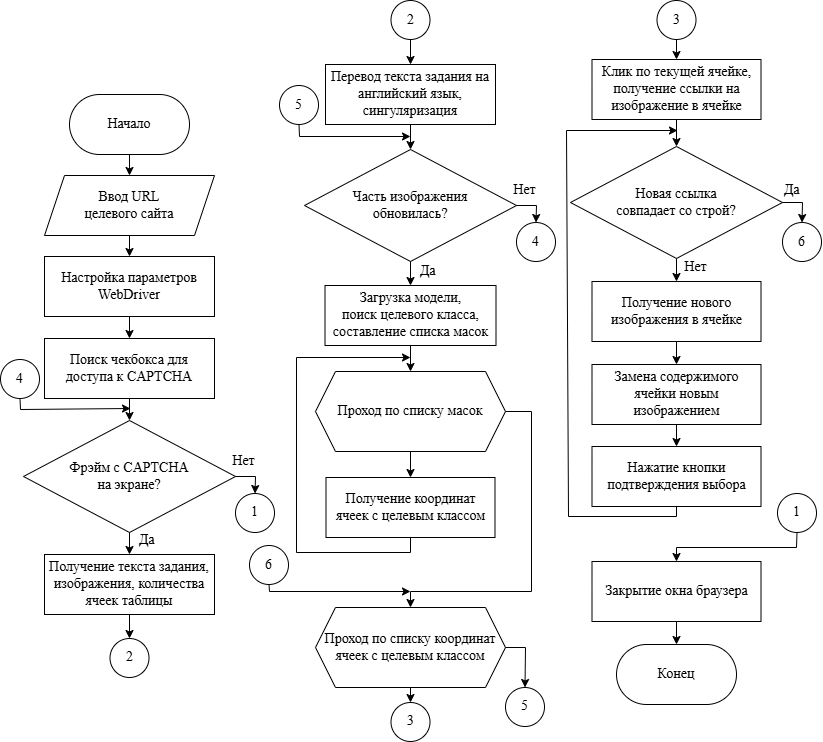
Alexxxander-Laptev/university_projects keeps this draw.io diagram as 2_course_master/Masters_thesis/thesis/imgs/imagecaptcha/solve_captcha_flow.png. Above is the earlier version. Source tidied: cells renumbered, new cells last; positions are measured from the earlier drawing's top-left corner, leaving out a move shared by most shapes.
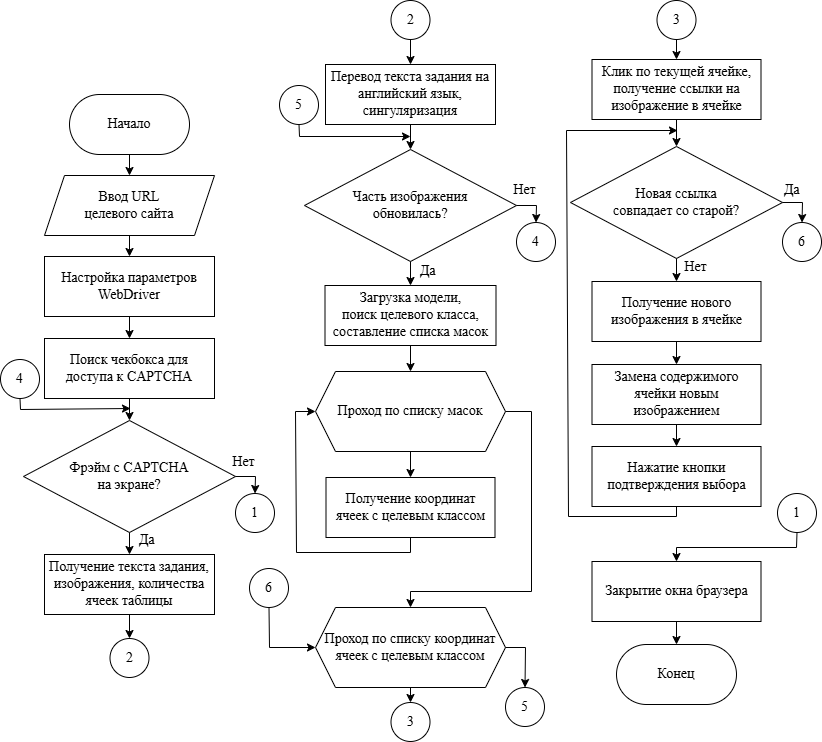
Above is the later version.

The edit, as a diff of the source:
```diff
@@ -47,7 +47,7 @@
     <mxCell id="16" value="&lt;font face=&quot;Times New Roman&quot;&gt;&lt;span style=&quot;font-size: 14px;&quot;&gt;Клик по текущей ячейке,&lt;/span&gt;&lt;/font&gt;&lt;div&gt;&lt;font face=&quot;Times New Roman&quot;&gt;&lt;span style=&quot;font-size: 14px;&quot;&gt;получение ссылки на изображение в ячейке&lt;/span&gt;&lt;/font&gt;&lt;/div&gt;" style="rounded=0;whiteSpace=wrap;html=1;" parent="1" vertex="1">
       <mxGeometry x="591.5" y="59" width="169" height="60" as="geometry" />
     </mxCell>
-    <mxCell id="17" value="&lt;font face=&quot;Times New Roman&quot;&gt;&lt;span style=&quot;font-size: 14px;&quot;&gt;Новая ссылка&lt;/span&gt;&lt;/font&gt;&lt;div&gt;&lt;font face=&quot;Times New Roman&quot;&gt;&lt;span style=&quot;font-size: 14px;&quot;&gt;совпадает&amp;nbsp;&lt;/span&gt;&lt;/font&gt;&lt;span style=&quot;font-size: 14px; font-family: &amp;quot;Times New Roman&amp;quot;; background-color: transparent; color: light-dark(rgb(0, 0, 0), rgb(255, 255, 255));&quot;&gt;со строй?&lt;/span&gt;&lt;/div&gt;" style="rhombus;whiteSpace=wrap;html=1;" parent="1" vertex="1">
+    <mxCell id="17" value="&lt;font face=&quot;Times New Roman&quot;&gt;&lt;span style=&quot;font-size: 14px;&quot;&gt;Новая ссылка&lt;/span&gt;&lt;/font&gt;&lt;div&gt;&lt;font face=&quot;Times New Roman&quot;&gt;&lt;span style=&quot;font-size: 14px;&quot;&gt;совпадает&amp;nbsp;&lt;/span&gt;&lt;/font&gt;&lt;span style=&quot;font-size: 14px; font-family: &amp;quot;Times New Roman&amp;quot;; background-color: transparent; color: light-dark(rgb(0, 0, 0), rgb(255, 255, 255));&quot;&gt;со старой?&lt;/span&gt;&lt;/div&gt;" style="rhombus;whiteSpace=wrap;html=1;" parent="1" vertex="1">
       <mxGeometry x="570" y="146" width="212" height="112" as="geometry" />
     </mxCell>
     <mxCell id="18" value="&lt;font face=&quot;Times New Roman&quot;&gt;&lt;span style=&quot;font-size: 14px;&quot;&gt;Получение нового изображения в ячейке&lt;/span&gt;&lt;/font&gt;" style="rounded=0;whiteSpace=wrap;html=1;" parent="1" vertex="1">
@@ -86,13 +86,12 @@
     <mxCell id="29" style="endArrow=classic;html=1;rounded=0;exitX=0.5;exitY=1;exitDx=0;exitDy=0;entryX=0.5;entryY=0;entryDx=0;entryDy=0;" parent="1" edge="1" source="14" target="13">
       <mxGeometry relative="1" as="geometry" />
     </mxCell>
-    <mxCell id="30" style="endArrow=classic;html=1;rounded=0;exitX=0.5;exitY=1;exitDx=0;exitDy=0;" parent="1" edge="1" source="13">
+    <mxCell id="30" style="endArrow=classic;html=1;rounded=0;exitX=0.5;exitY=1;exitDx=0;exitDy=0;entryX=0;entryY=0.5;entryDx=0;entryDy=0;" parent="1" edge="1" source="13" target="14">
       <mxGeometry relative="1" as="geometry">
-        <mxPoint x="410" y="357" as="targetPoint" />
         <Array as="points">
           <mxPoint x="410" y="552" />
           <mxPoint x="296" y="552" />
-          <mxPoint x="296" y="357" />
+          <mxPoint x="295" y="411" />
         </Array>
       </mxGeometry>
     </mxCell>
@@ -243,13 +242,12 @@
       </mxGeometry>
     </mxCell>
     <mxCell id="65" value="&lt;font face=&quot;Times New Roman&quot; style=&quot;font-size: 14px;&quot;&gt;6&lt;/font&gt;" style="ellipse;whiteSpace=wrap;html=1;" parent="1" vertex="1">
-      <mxGeometry x="249" y="545" width="39" height="39" as="geometry" />
+      <mxGeometry x="249" y="568" width="39" height="39" as="geometry" />
     </mxCell>
-    <mxCell id="66" style="endArrow=classic;html=1;rounded=0;exitX=0.5;exitY=1;exitDx=0;exitDy=0;" parent="1" edge="1" source="65">
+    <mxCell id="66" style="endArrow=classic;html=1;rounded=0;exitX=0.5;exitY=1;exitDx=0;exitDy=0;entryX=0;entryY=0.5;entryDx=0;entryDy=0;" parent="1" edge="1" source="65" target="15">
       <mxGeometry relative="1" as="geometry">
-        <mxPoint x="410" y="591" as="targetPoint" />
         <Array as="points">
-          <mxPoint x="269" y="591" />
+          <mxPoint x="269" y="647" />
         </Array>
       </mxGeometry>
     </mxCell>
```
